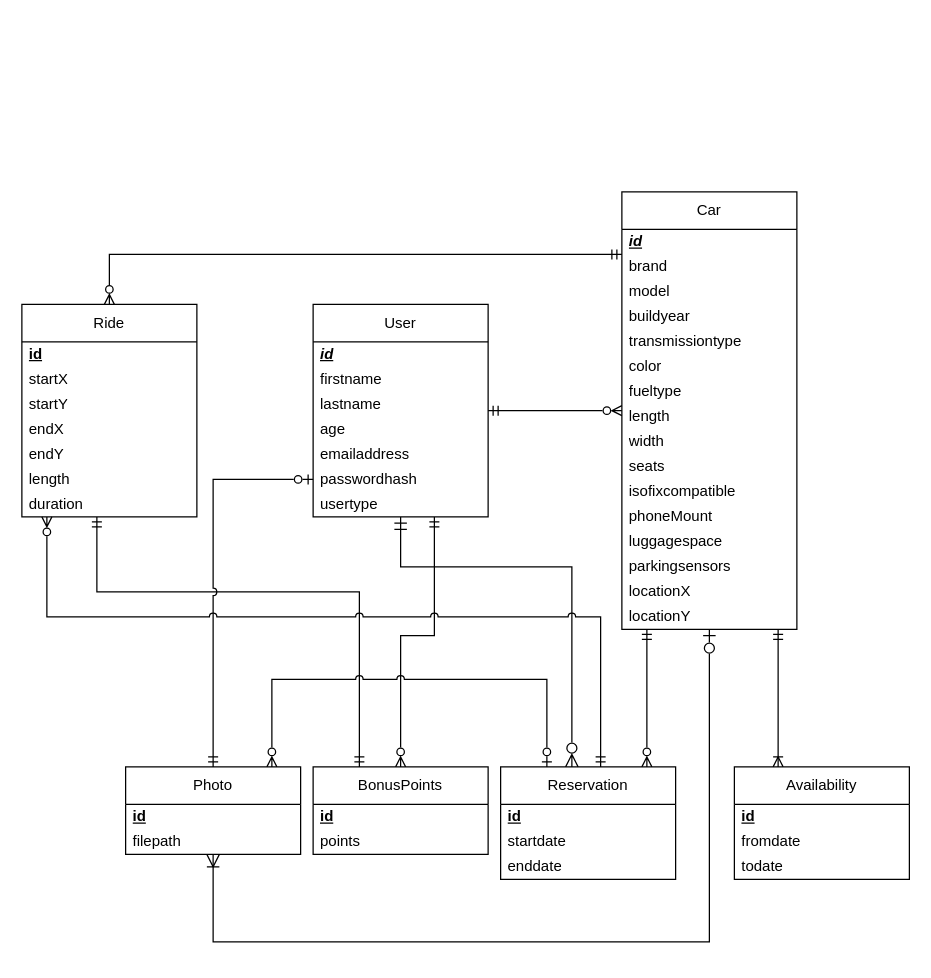
RubenLeenknegt/JoyRide-API keeps this draw.io diagram as documents/ERD/LEAFCAR-ERD.drawio. Above is the earlier version. Source tidied: cells renumbered, new cells numbered last; positions are measured from the earlier drawing's top-left corner, leaving out a move shared by most shapes. Both pictures are drawn from the tidied source at 125%, with x=0, y=0 at pixel (21, 191).
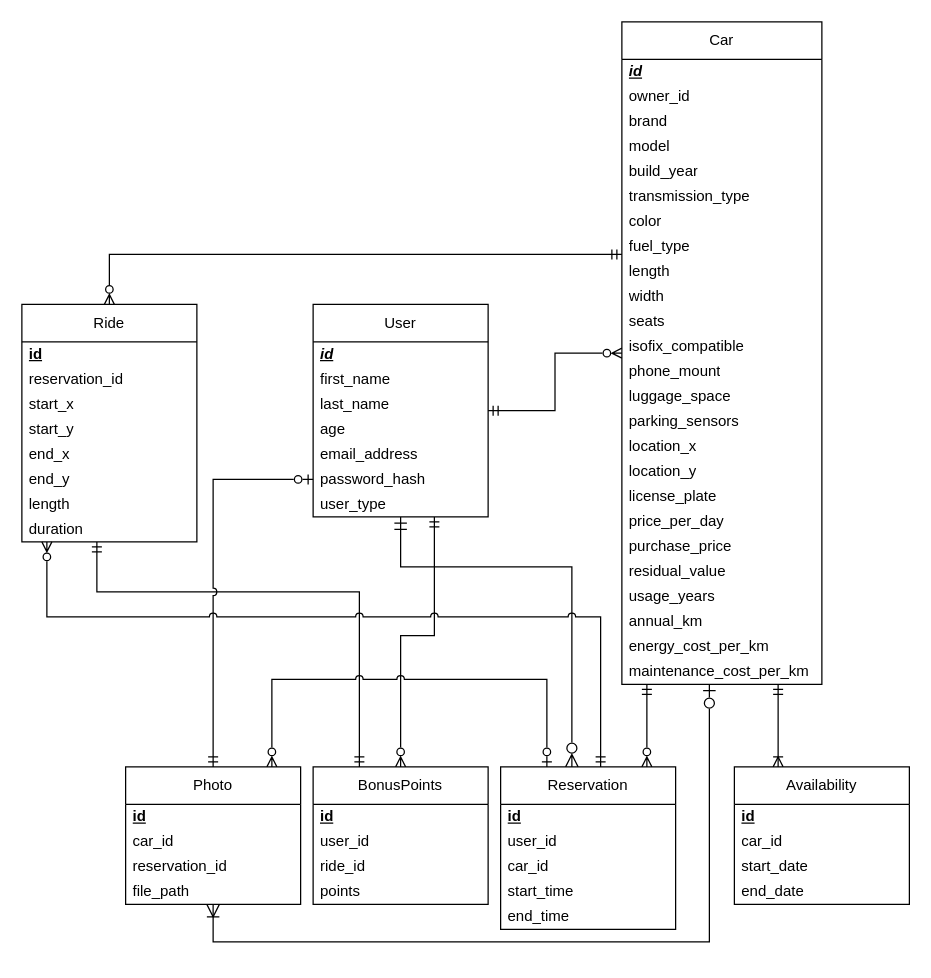
Above is the later version.

Commit message (it also covers changes not shown here):
Small refactor because autism, updated ERD also

Unchanged cells that the change refers to:
```xml
<mxCell id="15" value="User" style="swimlane;fontStyle=0;horizontal=1;startSize=30;whiteSpace=wrap;html=1;" parent="1" vertex="1">
  <mxGeometry x="233" y="90" width="140" height="170" as="geometry" />
</mxCell>
```

The edit, as a diff of the source:
```diff
@@
     <mxCell id="3" value="Ride" style="swimlane;fontStyle=0;horizontal=1;startSize=30;whiteSpace=wrap;html=1;" parent="1" vertex="1">
-      <mxGeometry y="90" width="140" height="170" as="geometry" />
+      <mxGeometry y="90" width="140" height="190" as="geometry" />
     </mxCell>
@@
+    <mxCell id="60" value="reservation_id" style="text;strokeColor=none;fillColor=none;align=left;verticalAlign=middle;spacingLeft=4;spacingRight=4;overflow=hidden;whiteSpace=wrap;html=1;" parent="3" vertex="1">
+      <mxGeometry y="50" width="140" height="20" as="geometry" />
+    </mxCell>
-    <mxCell id="5" value="startX" style="text;strokeColor=none;fillColor=none;align=left;verticalAlign=middle;spacingLeft=4;spacingRight=4;overflow=hidden;whiteSpace=wrap;html=1;" parent="3" vertex="1">
-      <mxGeometry y="50" width="140" height="20" as="geometry" />
+    <mxCell id="5" value="start_x" style="text;strokeColor=none;fillColor=none;align=left;verticalAlign=middle;spacingLeft=4;spacingRight=4;overflow=hidden;whiteSpace=wrap;html=1;" parent="3" vertex="1">
+      <mxGeometry y="70" width="140" height="20" as="geometry" />
     </mxCell>
-    <mxCell id="6" value="startY" style="text;strokeColor=none;fillColor=none;align=left;verticalAlign=middle;spacingLeft=4;spacingRight=4;overflow=hidden;whiteSpace=wrap;html=1;" parent="3" vertex="1">
-      <mxGeometry y="70" width="140" height="20" as="geometry" />
+    <mxCell id="6" value="start_y" style="text;strokeColor=none;fillColor=none;align=left;verticalAlign=middle;spacingLeft=4;spacingRight=4;overflow=hidden;whiteSpace=wrap;html=1;" parent="3" vertex="1">
+      <mxGeometry y="90" width="140" height="20" as="geometry" />
     </mxCell>
-    <mxCell id="7" value="endX" style="text;strokeColor=none;fillColor=none;align=left;verticalAlign=middle;spacingLeft=4;spacingRight=4;overflow=hidden;whiteSpace=wrap;html=1;" parent="3" vertex="1">
-      <mxGeometry y="90" width="140" height="20" as="geometry" />
+    <mxCell id="7" value="end_x" style="text;strokeColor=none;fillColor=none;align=left;verticalAlign=middle;spacingLeft=4;spacingRight=4;overflow=hidden;whiteSpace=wrap;html=1;" parent="3" vertex="1">
+      <mxGeometry y="110" width="140" height="20" as="geometry" />
     </mxCell>
-    <mxCell id="8" value="endY" style="text;strokeColor=none;fillColor=none;align=left;verticalAlign=middle;spacingLeft=4;spacingRight=4;overflow=hidden;whiteSpace=wrap;html=1;" parent="3" vertex="1">
-      <mxGeometry y="110" width="140" height="20" as="geometry" />
+    <mxCell id="8" value="end_y" style="text;strokeColor=none;fillColor=none;align=left;verticalAlign=middle;spacingLeft=4;spacingRight=4;overflow=hidden;whiteSpace=wrap;html=1;" parent="3" vertex="1">
+      <mxGeometry y="130" width="140" height="20" as="geometry" />
     </mxCell>
     <mxCell id="9" value="length" style="text;strokeColor=none;fillColor=none;align=left;verticalAlign=middle;spacingLeft=4;spacingRight=4;overflow=hidden;whiteSpace=wrap;html=1;" parent="3" vertex="1">
-      <mxGeometry y="130" width="140" height="20" as="geometry" />
+      <mxGeometry y="150" width="140" height="20" as="geometry" />
     </mxCell>
     <mxCell id="10" value="duration" style="text;strokeColor=none;fillColor=none;align=left;verticalAlign=middle;spacingLeft=4;spacingRight=4;overflow=hidden;whiteSpace=wrap;html=1;" parent="3" vertex="1">
-      <mxGeometry y="150" width="140" height="20" as="geometry" />
+      <mxGeometry y="170" width="140" height="20" as="geometry" />
     </mxCell>
@@
-    <mxCell id="17" value="firstname" style="text;strokeColor=none;fillColor=none;align=left;verticalAlign=middle;spacingLeft=4;spacingRight=4;overflow=hidden;whiteSpace=wrap;html=1;" parent="15" vertex="1">
+    <mxCell id="17" value="first_name" style="text;strokeColor=none;fillColor=none;align=left;verticalAlign=middle;spacingLeft=4;spacingRight=4;overflow=hidden;whiteSpace=wrap;html=1;" parent="15" vertex="1">
       <mxGeometry y="50" width="140" height="20" as="geometry" />
     </mxCell>
-    <mxCell id="18" value="lastname" style="text;strokeColor=none;fillColor=none;align=left;verticalAlign=middle;spacingLeft=4;spacingRight=4;overflow=hidden;whiteSpace=wrap;html=1;" parent="15" vertex="1">
+    <mxCell id="18" value="last_name" style="text;strokeColor=none;fillColor=none;align=left;verticalAlign=middle;spacingLeft=4;spacingRight=4;overflow=hidden;whiteSpace=wrap;html=1;" parent="15" vertex="1">
       <mxGeometry y="70" width="140" height="20" as="geometry" />
     </mxCell>
@@
-    <mxCell id="20" value="emailaddress" style="text;strokeColor=none;fillColor=none;align=left;verticalAlign=middle;spacingLeft=4;spacingRight=4;overflow=hidden;whiteSpace=wrap;html=1;" parent="15" vertex="1">
+    <mxCell id="20" value="email_address" style="text;strokeColor=none;fillColor=none;align=left;verticalAlign=middle;spacingLeft=4;spacingRight=4;overflow=hidden;whiteSpace=wrap;html=1;" parent="15" vertex="1">
       <mxGeometry y="110" width="140" height="20" as="geometry" />
     </mxCell>
-    <mxCell id="21" value="passwordhash" style="text;strokeColor=none;fillColor=none;align=left;verticalAlign=middle;spacingLeft=4;spacingRight=4;overflow=hidden;whiteSpace=wrap;html=1;" parent="15" vertex="1">
+    <mxCell id="21" value="password_hash" style="text;strokeColor=none;fillColor=none;align=left;verticalAlign=middle;spacingLeft=4;spacingRight=4;overflow=hidden;whiteSpace=wrap;html=1;" parent="15" vertex="1">
       <mxGeometry y="130" width="140" height="20" as="geometry" />
     </mxCell>
-    <mxCell id="22" value="usertype" style="text;strokeColor=none;fillColor=none;align=left;verticalAlign=middle;spacingLeft=4;spacingRight=4;overflow=hidden;whiteSpace=wrap;html=1;" parent="15" vertex="1">
+    <mxCell id="22" value="user_type" style="text;strokeColor=none;fillColor=none;align=left;verticalAlign=middle;spacingLeft=4;spacingRight=4;overflow=hidden;whiteSpace=wrap;html=1;" parent="15" vertex="1">
       <mxGeometry y="150" width="140" height="20" as="geometry" />
     </mxCell>
@@
     <mxCell id="24" value="Photo" style="swimlane;fontStyle=0;horizontal=1;startSize=30;whiteSpace=wrap;html=1;" parent="1" vertex="1">
-      <mxGeometry x="83" y="460" width="140" height="70" as="geometry" />
+      <mxGeometry x="83" y="460" width="140" height="110" as="geometry" />
     </mxCell>
@@
-    <mxCell id="26" value="filepath" style="text;strokeColor=none;fillColor=none;align=left;verticalAlign=middle;spacingLeft=4;spacingRight=4;overflow=hidden;whiteSpace=wrap;html=1;" parent="24" vertex="1">
+    <mxCell id="26" value="car_id" style="text;strokeColor=none;fillColor=none;align=left;verticalAlign=middle;spacingLeft=4;spacingRight=4;overflow=hidden;whiteSpace=wrap;html=1;" parent="24" vertex="1">
       <mxGeometry y="50" width="140" height="20" as="geometry" />
     </mxCell>
+    <mxCell id="61" value="reservation_id" style="text;strokeColor=none;fillColor=none;align=left;verticalAlign=middle;spacingLeft=4;spacingRight=4;overflow=hidden;whiteSpace=wrap;html=1;" parent="24" vertex="1">
+      <mxGeometry y="70" width="140" height="20" as="geometry" />
+    </mxCell>
+    <mxCell id="62" value="file_path" style="text;strokeColor=none;fillColor=none;align=left;verticalAlign=middle;spacingLeft=4;spacingRight=4;overflow=hidden;whiteSpace=wrap;html=1;" parent="24" vertex="1">
+      <mxGeometry y="90" width="140" height="20" as="geometry" />
+    </mxCell>
     <mxCell id="27" value="BonusPoints" style="swimlane;fontStyle=0;horizontal=1;startSize=30;whiteSpace=wrap;html=1;" parent="1" vertex="1">
-      <mxGeometry x="233" y="460" width="140" height="70" as="geometry" />
+      <mxGeometry x="233" y="460" width="140" height="110" as="geometry" />
     </mxCell>
@@
+    <mxCell id="63" value="user_id" style="text;strokeColor=none;fillColor=none;align=left;verticalAlign=middle;spacingLeft=4;spacingRight=4;overflow=hidden;whiteSpace=wrap;html=1;" parent="27" vertex="1">
+      <mxGeometry y="50" width="140" height="20" as="geometry" />
+    </mxCell>
+    <mxCell id="64" value="ride_id" style="text;strokeColor=none;fillColor=none;align=left;verticalAlign=middle;spacingLeft=4;spacingRight=4;overflow=hidden;whiteSpace=wrap;html=1;" parent="27" vertex="1">
+      <mxGeometry y="70" width="140" height="20" as="geometry" />
+    </mxCell>
     <mxCell id="29" value="points" style="text;strokeColor=none;fillColor=none;align=left;verticalAlign=middle;spacingLeft=4;spacingRight=4;overflow=hidden;whiteSpace=wrap;html=1;" parent="27" vertex="1">
-      <mxGeometry y="50" width="140" height="20" as="geometry" />
+      <mxGeometry y="90" width="140" height="20" as="geometry" />
     </mxCell>
@@
     <mxCell id="33" value="Car" style="swimlane;fontStyle=0;horizontal=1;startSize=30;whiteSpace=wrap;html=1;" parent="1" vertex="1">
-      <mxGeometry x="480" width="140" height="350" as="geometry" />
+      <mxGeometry x="480" y="-136" width="160" height="530" as="geometry" />
     </mxCell>
     <mxCell id="34" value="&lt;i&gt;&lt;u&gt;&lt;b&gt;id&lt;/b&gt;&lt;/u&gt;&lt;/i&gt;" style="text;strokeColor=none;fillColor=none;align=left;verticalAlign=middle;spacingLeft=4;spacingRight=4;overflow=hidden;whiteSpace=wrap;html=1;" parent="33" vertex="1">
-      <mxGeometry y="30" width="140" height="20" as="geometry" />
+      <mxGeometry y="30" width="160" height="20" as="geometry" />
     </mxCell>
-    <mxCell id="35" value="brand" style="text;strokeColor=none;fillColor=none;align=left;verticalAlign=middle;spacingLeft=4;spacingRight=4;overflow=hidden;whiteSpace=wrap;html=1;" parent="33" vertex="1">
-      <mxGeometry y="50" width="140" height="20" as="geometry" />
+    <mxCell id="35" value="owner_id" style="text;strokeColor=none;fillColor=none;align=left;verticalAlign=middle;spacingLeft=4;spacingRight=4;overflow=hidden;whiteSpace=wrap;html=1;" parent="33" vertex="1">
+      <mxGeometry y="50" width="160" height="20" as="geometry" />
     </mxCell>
+    <mxCell id="65" value="brand" style="text;strokeColor=none;fillColor=none;align=left;verticalAlign=middle;spacingLeft=4;spacingRight=4;overflow=hidden;whiteSpace=wrap;html=1;" parent="33" vertex="1">
+      <mxGeometry y="70" width="160" height="20" as="geometry" />
+    </mxCell>
     <mxCell id="36" value="model" style="text;strokeColor=none;fillColor=none;align=left;verticalAlign=middle;spacingLeft=4;spacingRight=4;overflow=hidden;whiteSpace=wrap;html=1;" parent="33" vertex="1">
-      <mxGeometry y="70" width="140" height="20" as="geometry" />
+      <mxGeometry y="90" width="160" height="20" as="geometry" />
     </mxCell>
-    <mxCell id="37" value="buildyear" style="text;strokeColor=none;fillColor=none;align=left;verticalAlign=middle;spacingLeft=4;spacingRight=4;overflow=hidden;whiteSpace=wrap;html=1;" parent="33" vertex="1">
-      <mxGeometry y="90" width="140" height="20" as="geometry" />
+    <mxCell id="37" value="build_year" style="text;strokeColor=none;fillColor=none;align=left;verticalAlign=middle;spacingLeft=4;spacingRight=4;overflow=hidden;whiteSpace=wrap;html=1;" parent="33" vertex="1">
+      <mxGeometry y="110" width="160" height="20" as="geometry" />
     </mxCell>
-    <mxCell id="38" value="transmissiontype" style="text;strokeColor=none;fillColor=none;align=left;verticalAlign=middle;spacingLeft=4;spacingRight=4;overflow=hidden;whiteSpace=wrap;html=1;" parent="33" vertex="1">
-      <mxGeometry y="110" width="140" height="20" as="geometry" />
+    <mxCell id="38" value="transmission_type" style="text;strokeColor=none;fillColor=none;align=left;verticalAlign=middle;spacingLeft=4;spacingRight=4;overflow=hidden;whiteSpace=wrap;html=1;" parent="33" vertex="1">
+      <mxGeometry y="130" width="160" height="20" as="geometry" />
     </mxCell>
     <mxCell id="39" value="color" style="text;strokeColor=none;fillColor=none;align=left;verticalAlign=middle;spacingLeft=4;spacingRight=4;overflow=hidden;whiteSpace=wrap;html=1;" parent="33" vertex="1">
-      <mxGeometry y="130" width="140" height="20" as="geometry" />
+      <mxGeometry y="150" width="160" height="20" as="geometry" />
     </mxCell>
-    <mxCell id="40" value="fueltype" style="text;strokeColor=none;fillColor=none;align=left;verticalAlign=middle;spacingLeft=4;spacingRight=4;overflow=hidden;whiteSpace=wrap;html=1;" parent="33" vertex="1">
-      <mxGeometry y="150" width="140" height="20" as="geometry" />
+    <mxCell id="40" value="fuel_type" style="text;strokeColor=none;fillColor=none;align=left;verticalAlign=middle;spacingLeft=4;spacingRight=4;overflow=hidden;whiteSpace=wrap;html=1;" parent="33" vertex="1">
+      <mxGeometry y="170" width="160" height="20" as="geometry" />
     </mxCell>
     <mxCell id="41" value="length" style="text;strokeColor=none;fillColor=none;align=left;verticalAlign=middle;spacingLeft=4;spacingRight=4;overflow=hidden;whiteSpace=wrap;html=1;" parent="33" vertex="1">
-      <mxGeometry y="170" width="140" height="20" as="geometry" />
+      <mxGeometry y="190" width="160" height="20" as="geometry" />
     </mxCell>
     <mxCell id="42" value="width" style="text;strokeColor=none;fillColor=none;align=left;verticalAlign=middle;spacingLeft=4;spacingRight=4;overflow=hidden;whiteSpace=wrap;html=1;" parent="33" vertex="1">
-      <mxGeometry y="190" width="140" height="20" as="geometry" />
+      <mxGeometry y="210" width="160" height="20" as="geometry" />
     </mxCell>
     <mxCell id="43" value="seats" style="text;strokeColor=none;fillColor=none;align=left;verticalAlign=middle;spacingLeft=4;spacingRight=4;overflow=hidden;whiteSpace=wrap;html=1;" parent="33" vertex="1">
-      <mxGeometry y="210" width="140" height="20" as="geometry" />
+      <mxGeometry y="230" width="160" height="20" as="geometry" />
     </mxCell>
-    <mxCell id="44" value="isofixcompatible" style="text;strokeColor=none;fillColor=none;align=left;verticalAlign=middle;spacingLeft=4;spacingRight=4;overflow=hidden;whiteSpace=wrap;html=1;" parent="33" vertex="1">
-      <mxGeometry y="230" width="140" height="20" as="geometry" />
+    <mxCell id="44" value="isofix_compatible" style="text;strokeColor=none;fillColor=none;align=left;verticalAlign=middle;spacingLeft=4;spacingRight=4;overflow=hidden;whiteSpace=wrap;html=1;" parent="33" vertex="1">
+      <mxGeometry y="250" width="160" height="20" as="geometry" />
     </mxCell>
-    <mxCell id="45" value="phoneMount" style="text;strokeColor=none;fillColor=none;align=left;verticalAlign=middle;spacingLeft=4;spacingRight=4;overflow=hidden;whiteSpace=wrap;html=1;" parent="33" vertex="1">
-      <mxGeometry y="250" width="140" height="20" as="geometry" />
+    <mxCell id="45" value="phone_mount" style="text;strokeColor=none;fillColor=none;align=left;verticalAlign=middle;spacingLeft=4;spacingRight=4;overflow=hidden;whiteSpace=wrap;html=1;" parent="33" vertex="1">
+      <mxGeometry y="270" width="160" height="20" as="geometry" />
     </mxCell>
-    <mxCell id="46" value="luggagespace" style="text;strokeColor=none;fillColor=none;align=left;verticalAlign=middle;spacingLeft=4;spacingRight=4;overflow=hidden;whiteSpace=wrap;html=1;" parent="33" vertex="1">
-      <mxGeometry y="270" width="140" height="20" as="geometry" />
+    <mxCell id="46" value="luggage_space" style="text;strokeColor=none;fillColor=none;align=left;verticalAlign=middle;spacingLeft=4;spacingRight=4;overflow=hidden;whiteSpace=wrap;html=1;" parent="33" vertex="1">
+      <mxGeometry y="290" width="160" height="20" as="geometry" />
     </mxCell>
-    <mxCell id="47" value="parkingsensors" style="text;strokeColor=none;fillColor=none;align=left;verticalAlign=middle;spacingLeft=4;spacingRight=4;overflow=hidden;whiteSpace=wrap;html=1;" parent="33" vertex="1">
-      <mxGeometry y="290" width="140" height="20" as="geometry" />
+    <mxCell id="47" value="parking_sensors" style="text;strokeColor=none;fillColor=none;align=left;verticalAlign=middle;spacingLeft=4;spacingRight=4;overflow=hidden;whiteSpace=wrap;html=1;" parent="33" vertex="1">
+      <mxGeometry y="310" width="160" height="20" as="geometry" />
     </mxCell>
+    <mxCell id="49" value="location_x" style="text;strokeColor=none;fillColor=none;align=left;verticalAlign=middle;spacingLeft=4;spacingRight=4;overflow=hidden;whiteSpace=wrap;html=1;" parent="33" vertex="1">
+      <mxGeometry y="330" width="160" height="20" as="geometry" />
+    </mxCell>
-    <mxCell id="48" value="locationX" style="text;strokeColor=none;fillColor=none;align=left;verticalAlign=middle;spacingLeft=4;spacingRight=4;overflow=hidden;whiteSpace=wrap;html=1;" parent="33" vertex="1">
-      <mxGeometry y="310" width="140" height="20" as="geometry" />
+    <mxCell id="48" value="location_y" style="text;strokeColor=none;fillColor=none;align=left;verticalAlign=middle;spacingLeft=4;spacingRight=4;overflow=hidden;whiteSpace=wrap;html=1;" parent="33" vertex="1">
+      <mxGeometry y="350" width="160" height="20" as="geometry" />
     </mxCell>
-    <mxCell id="49" value="locationY" style="text;strokeColor=none;fillColor=none;align=left;verticalAlign=middle;spacingLeft=4;spacingRight=4;overflow=hidden;whiteSpace=wrap;html=1;" parent="33" vertex="1">
-      <mxGeometry y="330" width="140" height="20" as="geometry" />
-    </mxCell>
+    <mxCell id="66" value="license_plate" style="text;strokeColor=none;fillColor=none;align=left;verticalAlign=middle;spacingLeft=4;spacingRight=4;overflow=hidden;whiteSpace=wrap;html=1;" parent="33" vertex="1">
+      <mxGeometry y="370" width="160" height="20" as="geometry" />
+    </mxCell>
+    <mxCell id="67" value="price_per_day" style="text;strokeColor=none;fillColor=none;align=left;verticalAlign=middle;spacingLeft=4;spacingRight=4;overflow=hidden;whiteSpace=wrap;html=1;" parent="33" vertex="1">
+      <mxGeometry y="390" width="160" height="20" as="geometry" />
+    </mxCell>
+    <mxCell id="68" value="purchase_price" style="text;strokeColor=none;fillColor=none;align=left;verticalAlign=middle;spacingLeft=4;spacingRight=4;overflow=hidden;whiteSpace=wrap;html=1;" parent="33" vertex="1">
+      <mxGeometry y="410" width="160" height="20" as="geometry" />
+    </mxCell>
+    <mxCell id="69" value="residual_value" style="text;strokeColor=none;fillColor=none;align=left;verticalAlign=middle;spacingLeft=4;spacingRight=4;overflow=hidden;whiteSpace=wrap;html=1;" parent="33" vertex="1">
+      <mxGeometry y="430" width="160" height="20" as="geometry" />
+    </mxCell>
+    <mxCell id="70" value="usage_years" style="text;strokeColor=none;fillColor=none;align=left;verticalAlign=middle;spacingLeft=4;spacingRight=4;overflow=hidden;whiteSpace=wrap;html=1;" parent="33" vertex="1">
+      <mxGeometry y="450" width="160" height="20" as="geometry" />
+    </mxCell>
+    <mxCell id="71" value="annual_km" style="text;strokeColor=none;fillColor=none;align=left;verticalAlign=middle;spacingLeft=4;spacingRight=4;overflow=hidden;whiteSpace=wrap;html=1;" parent="33" vertex="1">
+      <mxGeometry y="470" width="160" height="20" as="geometry" />
+    </mxCell>
+    <mxCell id="72" value="energy_cost_per_km" style="text;strokeColor=none;fillColor=none;align=left;verticalAlign=middle;spacingLeft=4;spacingRight=4;overflow=hidden;whiteSpace=wrap;html=1;" parent="33" vertex="1">
+      <mxGeometry y="490" width="160" height="20" as="geometry" />
+    </mxCell>
+    <mxCell id="73" value="maintenance_cost_per_km" style="text;strokeColor=none;fillColor=none;align=left;verticalAlign=middle;spacingLeft=4;spacingRight=4;overflow=hidden;whiteSpace=wrap;html=1;" parent="33" vertex="1">
+      <mxGeometry y="510" width="160" height="20" as="geometry" />
+    </mxCell>
@@
     <mxCell id="51" value="Reservation" style="swimlane;fontStyle=0;horizontal=1;startSize=30;whiteSpace=wrap;html=1;" parent="1" vertex="1">
-      <mxGeometry x="383" y="460" width="140" height="90" as="geometry" />
+      <mxGeometry x="383" y="460" width="140" height="130" as="geometry" />
     </mxCell>
@@
-    <mxCell id="53" value="startdate" style="text;strokeColor=none;fillColor=none;align=left;verticalAlign=middle;spacingLeft=4;spacingRight=4;overflow=hidden;whiteSpace=wrap;html=1;" parent="51" vertex="1">
+    <mxCell id="53" value="user_id" style="text;strokeColor=none;fillColor=none;align=left;verticalAlign=middle;spacingLeft=4;spacingRight=4;overflow=hidden;whiteSpace=wrap;html=1;" parent="51" vertex="1">
       <mxGeometry y="50" width="140" height="20" as="geometry" />
     </mxCell>
-    <mxCell id="54" value="enddate" style="text;strokeColor=none;fillColor=none;align=left;verticalAlign=middle;spacingLeft=4;spacingRight=4;overflow=hidden;whiteSpace=wrap;html=1;" parent="51" vertex="1">
+    <mxCell id="54" value="car_id" style="text;strokeColor=none;fillColor=none;align=left;verticalAlign=middle;spacingLeft=4;spacingRight=4;overflow=hidden;whiteSpace=wrap;html=1;" parent="51" vertex="1">
       <mxGeometry y="70" width="140" height="20" as="geometry" />
     </mxCell>
+    <mxCell id="74" value="start_time" style="text;strokeColor=none;fillColor=none;align=left;verticalAlign=middle;spacingLeft=4;spacingRight=4;overflow=hidden;whiteSpace=wrap;html=1;" parent="51" vertex="1">
+      <mxGeometry y="90" width="140" height="20" as="geometry" />
+    </mxCell>
+    <mxCell id="75" value="end_time" style="text;strokeColor=none;fillColor=none;align=left;verticalAlign=middle;spacingLeft=4;spacingRight=4;overflow=hidden;whiteSpace=wrap;html=1;" parent="51" vertex="1">
+      <mxGeometry y="110" width="140" height="20" as="geometry" />
+    </mxCell>
@@
     <mxCell id="56" value="Availability" style="swimlane;fontStyle=0;horizontal=1;startSize=30;whiteSpace=wrap;html=1;" parent="1" vertex="1">
-      <mxGeometry x="570" y="460" width="140" height="90" as="geometry" />
+      <mxGeometry x="570" y="460" width="140" height="110" as="geometry" />
     </mxCell>
@@
-    <mxCell id="58" value="fromdate" style="text;strokeColor=none;fillColor=none;align=left;verticalAlign=middle;spacingLeft=4;spacingRight=4;overflow=hidden;whiteSpace=wrap;html=1;" parent="56" vertex="1">
+    <mxCell id="58" value="car_id" style="text;strokeColor=none;fillColor=none;align=left;verticalAlign=middle;spacingLeft=4;spacingRight=4;overflow=hidden;whiteSpace=wrap;html=1;" parent="56" vertex="1">
       <mxGeometry y="50" width="140" height="20" as="geometry" />
     </mxCell>
-    <mxCell id="59" value="todate" style="text;strokeColor=none;fillColor=none;align=left;verticalAlign=middle;spacingLeft=4;spacingRight=4;overflow=hidden;whiteSpace=wrap;html=1;" parent="56" vertex="1">
+    <mxCell id="59" value="start_date" style="text;strokeColor=none;fillColor=none;align=left;verticalAlign=middle;spacingLeft=4;spacingRight=4;overflow=hidden;whiteSpace=wrap;html=1;" parent="56" vertex="1">
       <mxGeometry y="70" width="140" height="20" as="geometry" />
     </mxCell>
+    <mxCell id="76" value="end_date" style="text;strokeColor=none;fillColor=none;align=left;verticalAlign=middle;spacingLeft=4;spacingRight=4;overflow=hidden;whiteSpace=wrap;html=1;" parent="56" vertex="1">
+      <mxGeometry y="90" width="140" height="20" as="geometry" />
+    </mxCell>
```
